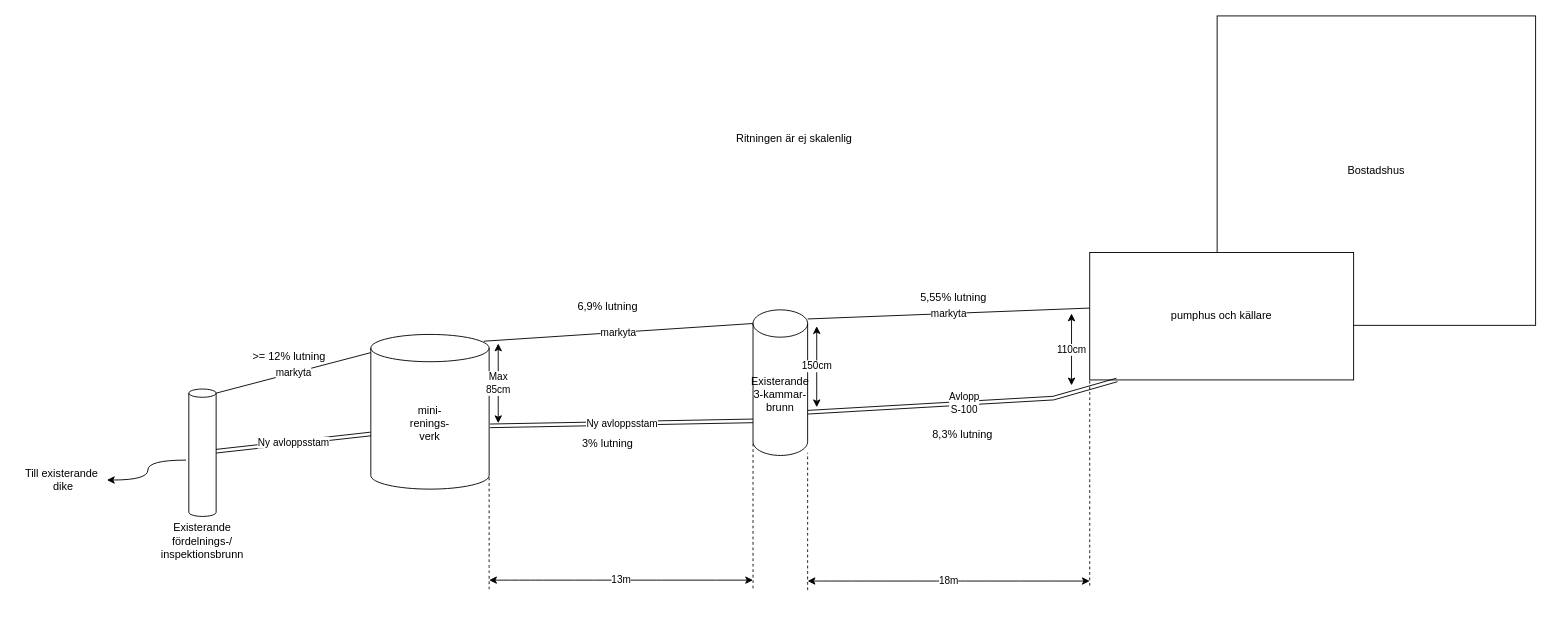
arizon-dread/drawio keeps this draw.io diagram as avlopp/avlopp.drawio. Above is the earlier version. Source tidied: cells renumbered, new cells numbered last; positions are measured from the earlier drawing's top-left corner, leaving out a move shared by most shapes. Both pictures are drawn from the tidied source at 91%, with x=0, y=0 at pixel (15, 15).
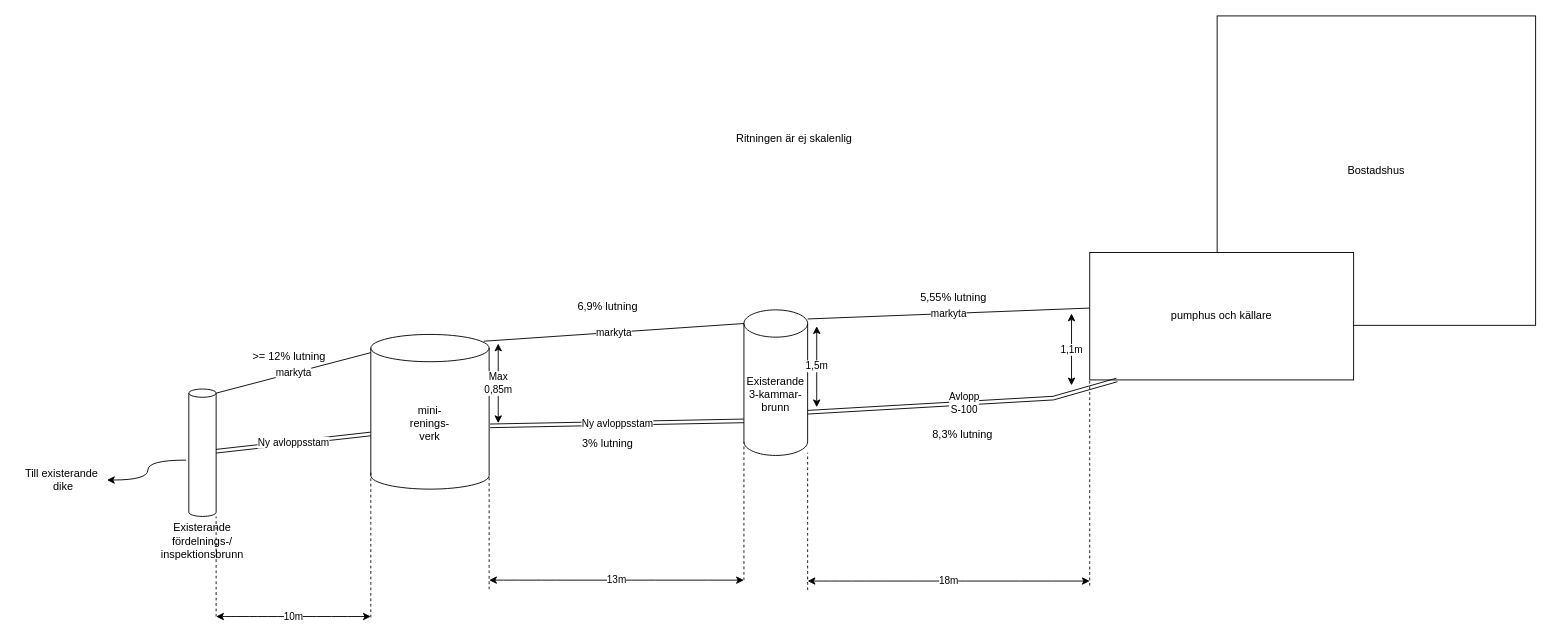
The same diagram, later.

Unchanged cells that the change refers to:
```xml
<mxCell id="7" value="mini-&lt;br&gt;renings-&lt;br&gt;verk" style="shape=cylinder3;whiteSpace=wrap;html=1;boundedLbl=1;backgroundOutline=1;size=15;" parent="1" vertex="1">
  <mxGeometry x="390" y="350" width="130" height="170" as="geometry" />
</mxCell>
```

The edit, as a diff of the source:
```diff
@@
     <mxCell id="4" value="Existerande&lt;br&gt;3-kammar-&lt;br&gt;brunn" style="shape=cylinder3;whiteSpace=wrap;html=1;boundedLbl=1;backgroundOutline=1;size=15;" parent="1" vertex="1">
-      <mxGeometry x="810" y="323" width="60" height="160" as="geometry" />
+      <mxGeometry x="800" y="323" width="70" height="160" as="geometry" />
     </mxCell>
@@
-    <mxCell id="6" value="150cm" style="endArrow=classic;startArrow=classic;html=1;rounded=0;" parent="1" edge="1">
+    <mxCell id="6" value="1,5m" style="endArrow=classic;startArrow=classic;html=1;rounded=0;" parent="1" edge="1">
       <mxGeometry relative="1" as="geometry">
         <mxPoint x="880" y="430" as="sourcePoint" />
         <mxPoint x="880" y="341" as="targetPoint" />
       </mxGeometry>
     </mxCell>
@@
-    <mxCell id="8" value="110cm" style="endArrow=classic;startArrow=classic;html=1;rounded=0;" parent="1" edge="1">
+    <mxCell id="8" value="1,1m" style="endArrow=classic;startArrow=classic;html=1;rounded=0;" parent="1" edge="1">
       <mxGeometry x="-0.01" relative="1" as="geometry">
         <mxPoint x="1160" y="406" as="sourcePoint" />
         <mxPoint x="1160" y="327" as="targetPoint" />
       </mxGeometry>
     </mxCell>
@@
     <mxCell id="18" value="Ny avloppsstam" style="shape=link;html=1;rounded=0;strokeColor=default;startArrow=classic;startFill=1;curved=1;exitX=1.008;exitY=0.591;exitDx=0;exitDy=0;exitPerimeter=0;" parent="1" edge="1" source="7">
       <mxGeometry relative="1" as="geometry">
-        <mxPoint x="810" y="445" as="targetPoint" />
+        <mxPoint x="800" y="445" as="targetPoint" />
       </mxGeometry>
     </mxCell>
@@
-    <mxCell id="20" value="Max&lt;br&gt;85cm" style="endArrow=classic;startArrow=classic;html=1;rounded=0;" parent="1" edge="1">
+    <mxCell id="20" value="Max&lt;br&gt;0,85m" style="endArrow=classic;startArrow=classic;html=1;rounded=0;" parent="1" edge="1">
       <mxGeometry relative="1" as="geometry">
         <mxPoint x="530" y="447.5" as="sourcePoint" />
         <mxPoint x="530" y="360" as="targetPoint" />
       </mxGeometry>
     </mxCell>
@@
     <mxCell id="27" style="endArrow=none;dashed=1;html=1;rounded=0;strokeColor=default;curved=1;entryX=0;entryY=1;entryDx=0;entryDy=-15;entryPerimeter=0;" parent="1" edge="1" target="4">
       <mxGeometry relative="1" as="geometry">
-        <mxPoint x="810" y="629" as="sourcePoint" />
+        <mxPoint x="800" y="620" as="sourcePoint" />
       </mxGeometry>
     </mxCell>
@@
     <mxCell id="29" value="13m" style="endArrow=classic;startArrow=classic;html=1;rounded=0;strokeColor=default;curved=1;" parent="1" edge="1">
       <mxGeometry relative="1" as="geometry">
         <mxPoint x="520" y="620" as="sourcePoint" />
-        <mxPoint x="810" y="620" as="targetPoint" />
+        <mxPoint x="800" y="620" as="targetPoint" />
       </mxGeometry>
     </mxCell>
+    <mxCell id="30" style="endArrow=none;dashed=1;html=1;rounded=0;strokeColor=default;curved=1;entryX=0;entryY=1;entryDx=0;entryDy=-15;entryPerimeter=0;" parent="1" edge="1">
+      <mxGeometry relative="1" as="geometry">
+        <mxPoint x="390" y="661" as="sourcePoint" />
+        <mxPoint x="390" y="500" as="targetPoint" />
+      </mxGeometry>
+    </mxCell>
+    <mxCell id="31" style="endArrow=none;dashed=1;html=1;rounded=0;strokeColor=default;curved=1;entryX=1;entryY=1;entryDx=0;entryDy=-15;entryPerimeter=0;" parent="1" edge="1">
+      <mxGeometry relative="1" as="geometry">
+        <mxPoint x="220" y="660" as="sourcePoint" />
+        <mxPoint x="220" y="550" as="targetPoint" />
+      </mxGeometry>
+    </mxCell>
+    <mxCell id="32" value="10m" style="endArrow=classic;startArrow=classic;html=1;rounded=0;strokeColor=default;curved=1;" parent="1" edge="1">
+      <mxGeometry relative="1" as="geometry">
+        <mxPoint x="220" y="660" as="sourcePoint" />
+        <mxPoint x="390" y="660" as="targetPoint" />
+      </mxGeometry>
+    </mxCell>
```
